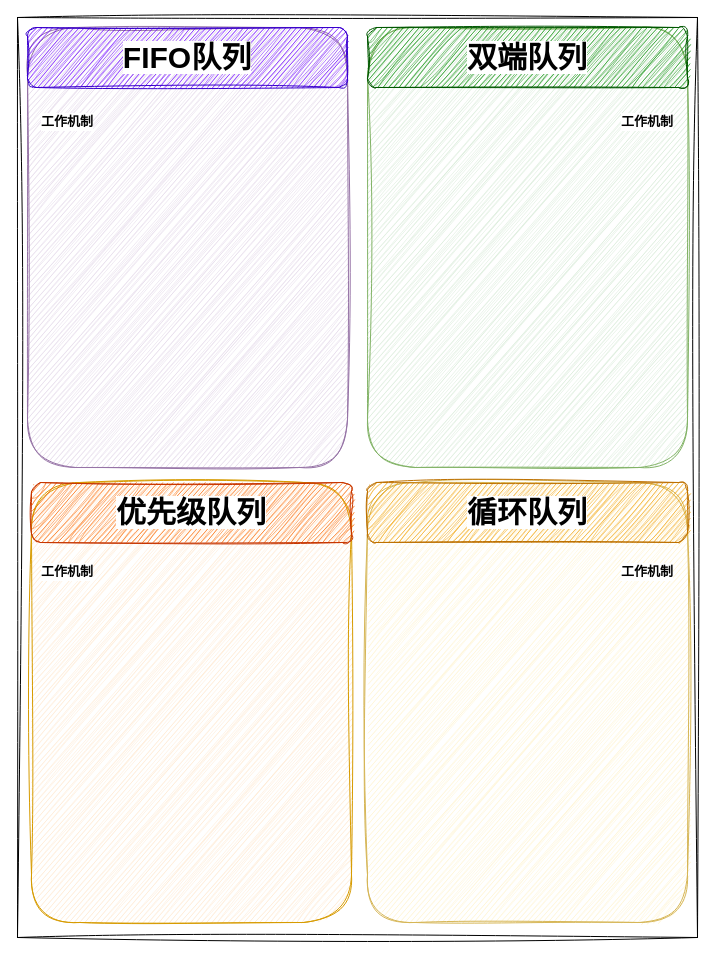
Before: image-text/4种常用队列.drawio in Rodert/javapub_oss, a draw.io diagram. Source tidied: cells renumbered, new cells numbered last; positions are measured from the earlier drawing's top-left corner, leaving out a move shared by most shapes. Both pictures are drawn from the tidied source at 100%, with x=0, y=0 at pixel (17, 17).
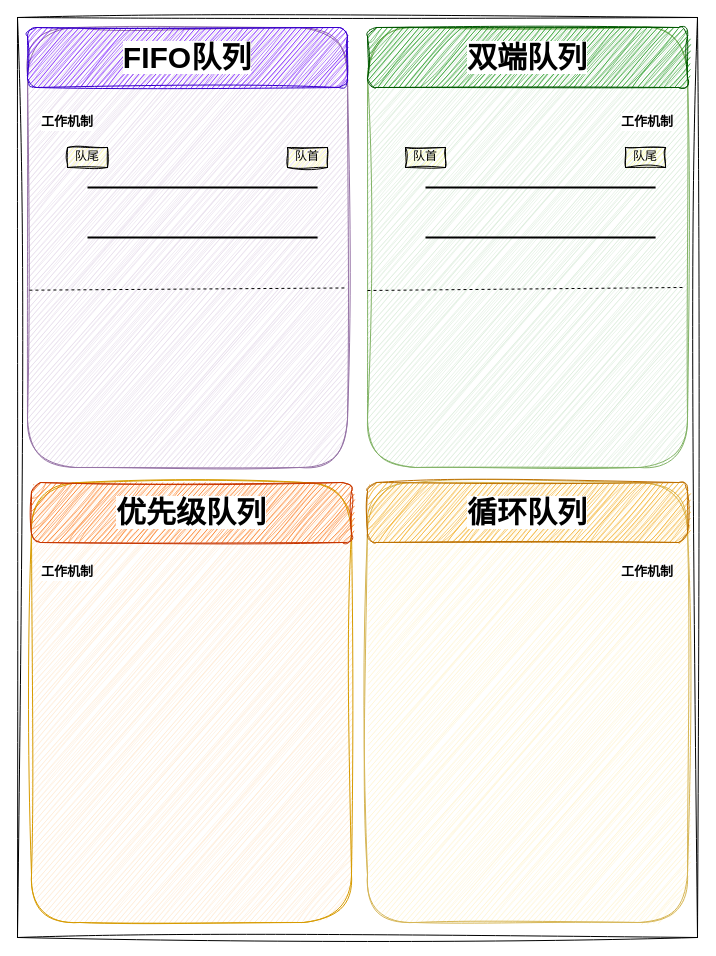
The same page after the edit.

Commit message (it also covers changes not shown here):
更新4种常用队列.drawio

The change refers to these unchanged cells:
```xml
<mxCell id="6" style="rounded=1;whiteSpace=wrap;html=1;sketch=1;hachureGap=4;jiggle=2;curveFitting=1;fontFamily=Architects Daughter;fillColor=#e1d5e7;strokeColor=#9673a6;" parent="1" vertex="1">
  <mxGeometry x="10" y="10" width="320" height="440" as="geometry" />
</mxCell>
```

What changed in the source:
```diff
@@
+    <mxCell id="18" style="endArrow=none;html=1;rounded=0;hachureGap=4;fontFamily=Architects Daughter;entryX=0.844;entryY=0.318;entryDx=0;entryDy=0;entryPerimeter=0;flowAnimation=0;strokeWidth=2;" parent="1" edge="1">
+      <mxGeometry relative="1" as="geometry">
+        <mxPoint x="70" y="170.1" as="sourcePoint" />
+        <mxPoint x="300.1" y="170" as="targetPoint" />
+      </mxGeometry>
+    </mxCell>
+    <mxCell id="19" style="endArrow=none;html=1;rounded=0;hachureGap=4;fontFamily=Architects Daughter;entryX=0.844;entryY=0.318;entryDx=0;entryDy=0;entryPerimeter=0;flowAnimation=0;strokeWidth=2;" parent="1" edge="1">
+      <mxGeometry relative="1" as="geometry">
+        <mxPoint x="70" y="220.1" as="sourcePoint" />
+        <mxPoint x="300.1" y="220" as="targetPoint" />
+      </mxGeometry>
+    </mxCell>
+    <mxCell id="20" value="队尾" style="rounded=0;whiteSpace=wrap;html=1;sketch=1;hachureGap=4;jiggle=2;curveFitting=1;fontFamily=Architects Daughter;fillColor=#FFFF99;" parent="1" vertex="1">
+      <mxGeometry x="50" y="130" width="40" height="20" as="geometry" />
+    </mxCell>
+    <mxCell id="21" value="队首" style="rounded=0;whiteSpace=wrap;html=1;sketch=1;hachureGap=4;jiggle=2;curveFitting=1;fontFamily=Architects Daughter;fillColor=#FFFF99;" parent="1" vertex="1">
+      <mxGeometry x="270" y="130" width="40" height="20" as="geometry" />
+    </mxCell>
+    <mxCell id="22" style="endArrow=none;dashed=1;html=1;rounded=0;hachureGap=4;fontFamily=Architects Daughter;entryX=0.991;entryY=0.592;entryDx=0;entryDy=0;entryPerimeter=0;exitX=0.006;exitY=0.597;exitDx=0;exitDy=0;exitPerimeter=0;flowAnimation=1;" parent="1" edge="1" source="6" target="6">
+      <mxGeometry relative="1" as="geometry" />
+    </mxCell>
+    <mxCell id="23" style="endArrow=none;html=1;rounded=0;hachureGap=4;fontFamily=Architects Daughter;entryX=0.844;entryY=0.318;entryDx=0;entryDy=0;entryPerimeter=0;flowAnimation=0;strokeWidth=2;" parent="1" edge="1">
+      <mxGeometry relative="1" as="geometry">
+        <mxPoint x="408" y="170.1" as="sourcePoint" />
+        <mxPoint x="638.1" y="170" as="targetPoint" />
+      </mxGeometry>
+    </mxCell>
+    <mxCell id="24" style="endArrow=none;html=1;rounded=0;hachureGap=4;fontFamily=Architects Daughter;entryX=0.844;entryY=0.318;entryDx=0;entryDy=0;entryPerimeter=0;flowAnimation=0;strokeWidth=2;" parent="1" edge="1">
+      <mxGeometry relative="1" as="geometry">
+        <mxPoint x="408" y="220.1" as="sourcePoint" />
+        <mxPoint x="638.1" y="220" as="targetPoint" />
+      </mxGeometry>
+    </mxCell>
+    <mxCell id="25" value="队首" style="rounded=0;whiteSpace=wrap;html=1;sketch=1;hachureGap=4;jiggle=2;curveFitting=1;fontFamily=Architects Daughter;fillColor=#FFFF99;" parent="1" vertex="1">
+      <mxGeometry x="388" y="130" width="40" height="20" as="geometry" />
+    </mxCell>
+    <mxCell id="26" value="队尾" style="rounded=0;whiteSpace=wrap;html=1;sketch=1;hachureGap=4;jiggle=2;curveFitting=1;fontFamily=Architects Daughter;fillColor=#FFFF99;" parent="1" vertex="1">
+      <mxGeometry x="608" y="130" width="40" height="20" as="geometry" />
+    </mxCell>
+    <mxCell id="27" style="endArrow=none;dashed=1;html=1;rounded=0;hachureGap=4;fontFamily=Architects Daughter;entryX=0.991;entryY=0.592;entryDx=0;entryDy=0;entryPerimeter=0;exitX=0.006;exitY=0.597;exitDx=0;exitDy=0;exitPerimeter=0;flowAnimation=1;" parent="1" edge="1">
+      <mxGeometry relative="1" as="geometry">
+        <mxPoint x="350" y="273" as="sourcePoint" />
+        <mxPoint x="665" y="270" as="targetPoint" />
+      </mxGeometry>
+    </mxCell>
```
